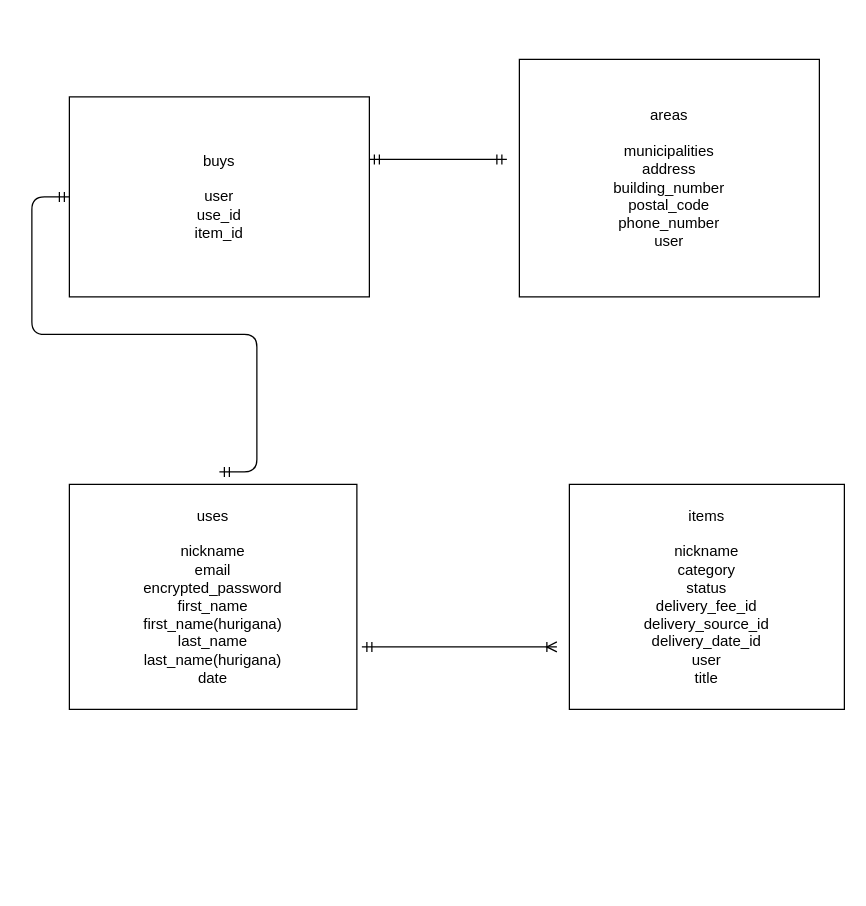
Before: furima.dio in tech-zack/furima-34547, a draw.io diagram. Source tidied: cells renumbered, new cells numbered last; positions are measured from the earlier drawing's top-left corner, leaving out a move shared by most shapes. Both pictures are drawn from the tidied source at 125%, with x=0, y=0 at pixel (69, 59).
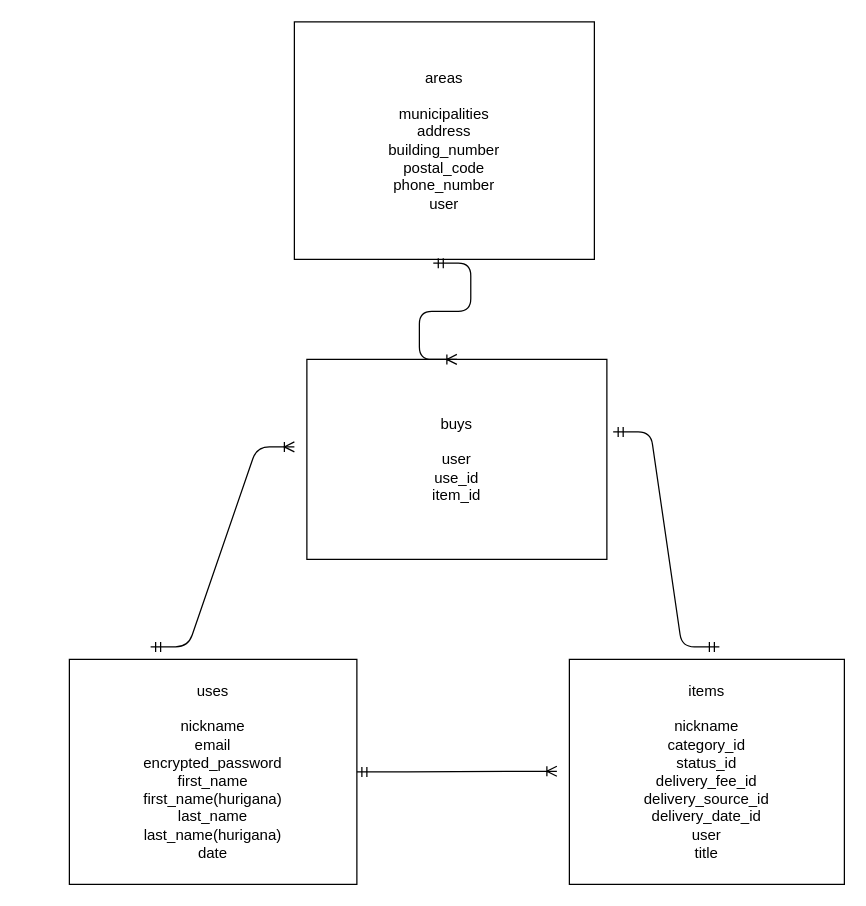
Above is the later version.

Commit message (it also covers changes not shown here):
データベース訂正２

Diff of the diagram source:
```diff
@@
 <mxGraphModel>
   <root>
     <mxCell id="0" />
     <mxCell id="1" parent="0" />
     <mxCell id="2" value="uses&lt;br&gt;&lt;br&gt;nickname&lt;br&gt;email&lt;br&gt;encrypted_password&lt;br&gt;first_name&lt;br&gt;first_name(hurigana)&lt;br&gt;last_name&lt;br&gt;last_name(hurigana)&lt;br&gt;date" style="whiteSpace=wrap;html=1;align=center;" parent="1" vertex="1">
-      <mxGeometry y="340" width="230" height="180" as="geometry" />
+      <mxGeometry y="480" width="230" height="180" as="geometry" />
     </mxCell>
-    <mxCell id="3" value="items&lt;br&gt;&lt;br&gt;nickname&lt;br&gt;category&lt;br&gt;status&lt;br&gt;delivery_fee_id&lt;br&gt;delivery_source_id&lt;br&gt;delivery_date_id&lt;br&gt;user&lt;br&gt;title" style="whiteSpace=wrap;html=1;align=center;" parent="1" vertex="1">
-      <mxGeometry x="400" y="340" width="220" height="180" as="geometry" />
+    <mxCell id="3" value="items&lt;br&gt;&lt;br&gt;nickname&lt;br&gt;category_id&lt;br&gt;status_id&lt;br&gt;delivery_fee_id&lt;br&gt;delivery_source_id&lt;br&gt;delivery_date_id&lt;br&gt;user&lt;br&gt;title" style="whiteSpace=wrap;html=1;align=center;" parent="1" vertex="1">
+      <mxGeometry x="400" y="480" width="220" height="180" as="geometry" />
     </mxCell>
     <mxCell id="4" value="buys&lt;br&gt;&lt;br&gt;user&lt;br&gt;use_id&lt;br&gt;item_id" style="whiteSpace=wrap;html=1;align=center;" parent="1" vertex="1">
-      <mxGeometry y="30" width="240" height="160" as="geometry" />
+      <mxGeometry x="190" y="240" width="240" height="160" as="geometry" />
     </mxCell>
     <mxCell id="5" value="areas&lt;br&gt;&lt;br&gt;municipalities&lt;br&gt;address&lt;br&gt;building_number&lt;br&gt;postal_code&lt;br&gt;phone_number&lt;br&gt;user" style="whiteSpace=wrap;html=1;align=center;" parent="1" vertex="1">
-      <mxGeometry x="360" width="240" height="190" as="geometry" />
+      <mxGeometry x="180" y="-30" width="240" height="190" as="geometry" />
     </mxCell>
     <mxCell id="6" style="edgeStyle=entityRelationEdgeStyle;fontSize=12;html=1;endArrow=ERoneToMany;startArrow=ERmandOne;" parent="1" edge="1">
       <mxGeometry relative="1" as="geometry">
-        <mxPoint x="234" y="470" as="sourcePoint" />
-        <mxPoint x="390" y="470" as="targetPoint" />
+        <mxPoint x="230" y="570" as="sourcePoint" />
+        <mxPoint x="390" y="569.5" as="targetPoint" />
       </mxGeometry>
     </mxCell>
-    <mxCell id="7" style="edgeStyle=entityRelationEdgeStyle;fontSize=12;html=1;endArrow=ERmandOne;startArrow=ERmandOne;" parent="1" edge="1">
-      <mxGeometry relative="1" as="geometry">
-        <mxPoint x="120" y="330" as="sourcePoint" />
-        <mxPoint y="110" as="targetPoint" />
-      </mxGeometry>
-    </mxCell>
-    <mxCell id="8" style="edgeStyle=entityRelationEdgeStyle;fontSize=12;html=1;endArrow=ERmandOne;startArrow=ERmandOne;" parent="1" edge="1">
-      <mxGeometry relative="1" as="geometry">
-        <mxPoint x="240" y="80" as="sourcePoint" />
-        <mxPoint x="350" y="80" as="targetPoint" />
-      </mxGeometry>
-    </mxCell>
+    <mxCell id="9" style="edgeStyle=entityRelationEdgeStyle;fontSize=12;html=1;endArrow=ERoneToMany;startArrow=ERmandOne;exitX=0.463;exitY=1.016;exitDx=0;exitDy=0;exitPerimeter=0;entryX=0.5;entryY=0;entryDx=0;entryDy=0;" parent="1" edge="1" source="5" target="4">
+      <mxGeometry relative="1" as="geometry" />
+    </mxCell>
+    <mxCell id="10" style="edgeStyle=entityRelationEdgeStyle;fontSize=12;html=1;endArrow=ERoneToMany;startArrow=ERmandOne;" parent="1" edge="1">
+      <mxGeometry relative="1" as="geometry">
+        <mxPoint x="65" y="470" as="sourcePoint" />
+        <mxPoint x="180" y="310" as="targetPoint" />
+      </mxGeometry>
+    </mxCell>
+    <mxCell id="11" style="edgeStyle=entityRelationEdgeStyle;fontSize=12;html=1;endArrow=ERmandOne;startArrow=ERmandOne;exitX=1.021;exitY=0.363;exitDx=0;exitDy=0;exitPerimeter=0;" parent="1" edge="1" source="4">
+      <mxGeometry relative="1" as="geometry">
+        <mxPoint x="520" y="470" as="targetPoint" />
+      </mxGeometry>
+    </mxCell>
   </root>
 </mxGraphModel>
```
